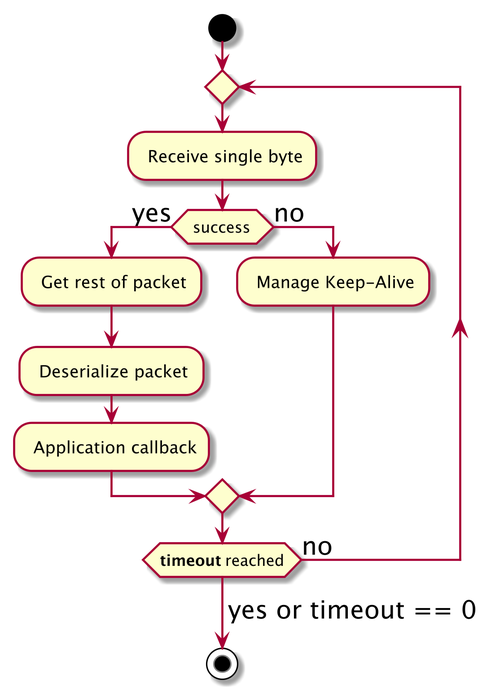
Before: FreeRTOS/FreeRTOS-Plus/Source/Application-Protocols/coreMQTT/docs/plantuml/images/mqtt_processloop_design.png, a diagram exported from PlantUML (Embedbits/Middlewares-FreeRTOS). The source it was exported from:
```plantuml
@startuml
skinparam dpi 300
skinparam ArrowFontSize 18

start

repeat
	: Receive single byte;
    if( success ) then (yes)
     	: Get rest of packet;
    	: Deserialize packet;
        : Application callback;
    else (no)
    	: Manage Keep-Alive;
    endif

repeat while (**timeout** reached) is (no)
-> yes or timeout == 0;

stop

@enduml
```
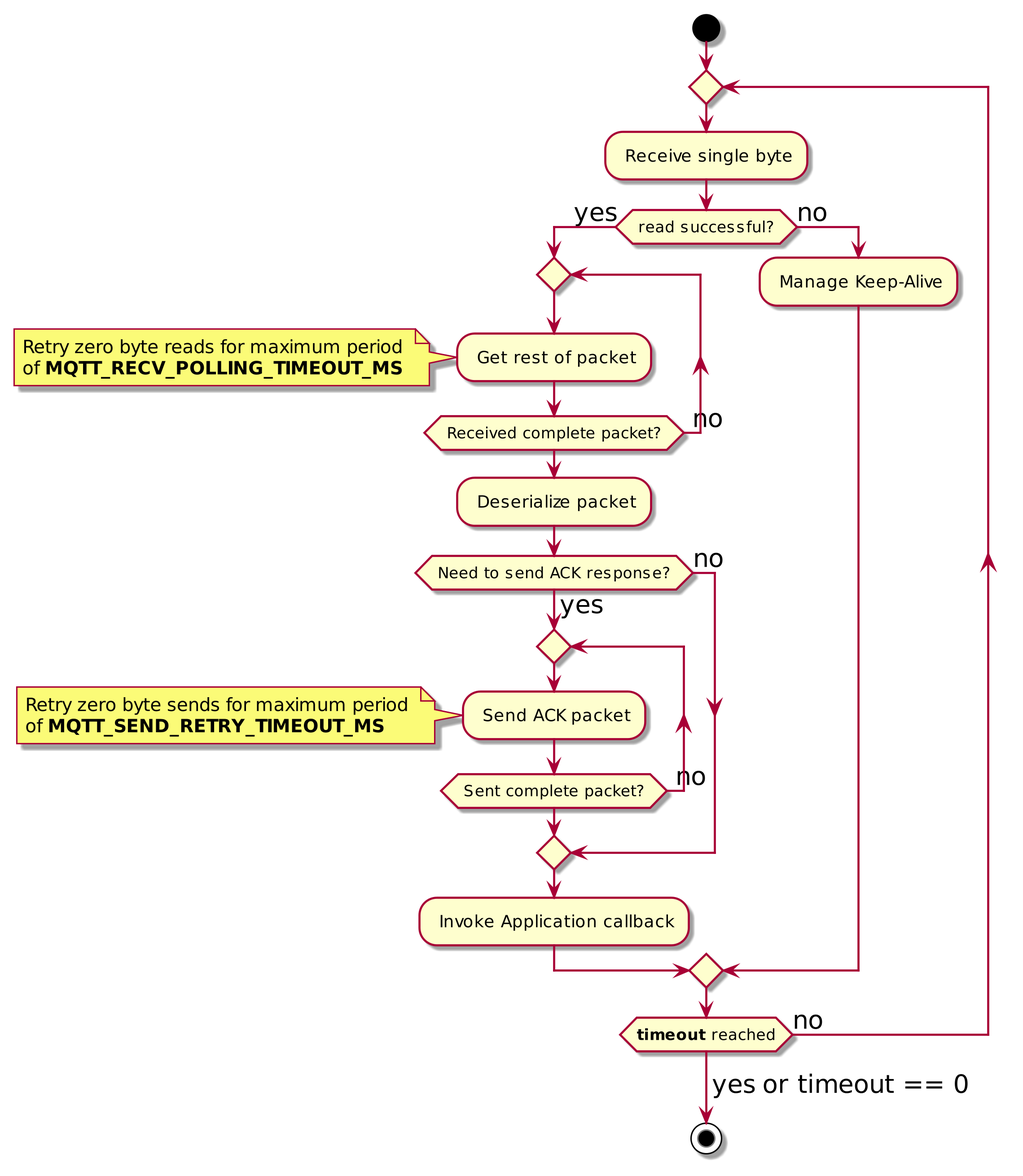
Above is the later version.

Change to the diagram source:
```diff
@@ -6,10 +6,20 @@
 
 repeat
 	: Receive single byte;
-    if( success ) then (yes)
-     	: Get rest of packet;
+    if( read successful? ) then (yes)
+    	repeat
+     		: Get rest of packet;
+            note left: Retry zero byte reads for maximum period \nof **MQTT_RECV_POLLING_TIMEOUT_MS**
+        repeat while( Received complete packet? ) is ( no )
     	: Deserialize packet;
-        : Application callback;
+        if ( Need to send ACK response? ) then (yes)
+            repeat
+            	: Send ACK packet;
+                note left: Retry zero byte sends for maximum period \nof **MQTT_SEND_RETRY_TIMEOUT_MS**
+            repeat while( Sent complete packet? ) is ( no )
+        else (no)
+        endif
+        : Invoke Application callback;
     else (no)
     	: Manage Keep-Alive;
     endif
```
